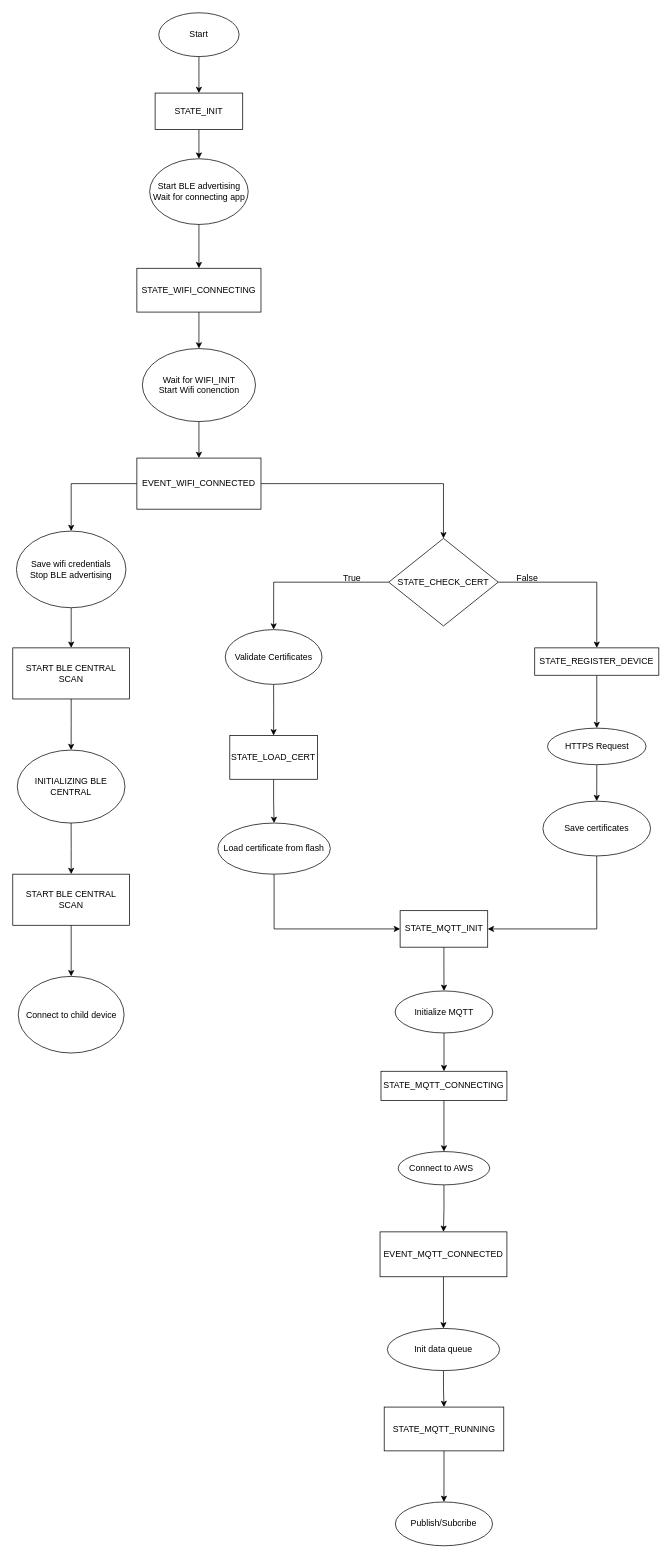
This is Gateway_flow.drawio from nhatIES/CameraGUI, a draw.io file, before an edit. Source tidied: cells renumbered, new cells numbered last; positions are measured from the earlier drawing's top-left corner, leaving out a move shared by most shapes. Both pictures are drawn from the tidied source at 73%, with x=0, y=0 at pixel (12, 12).
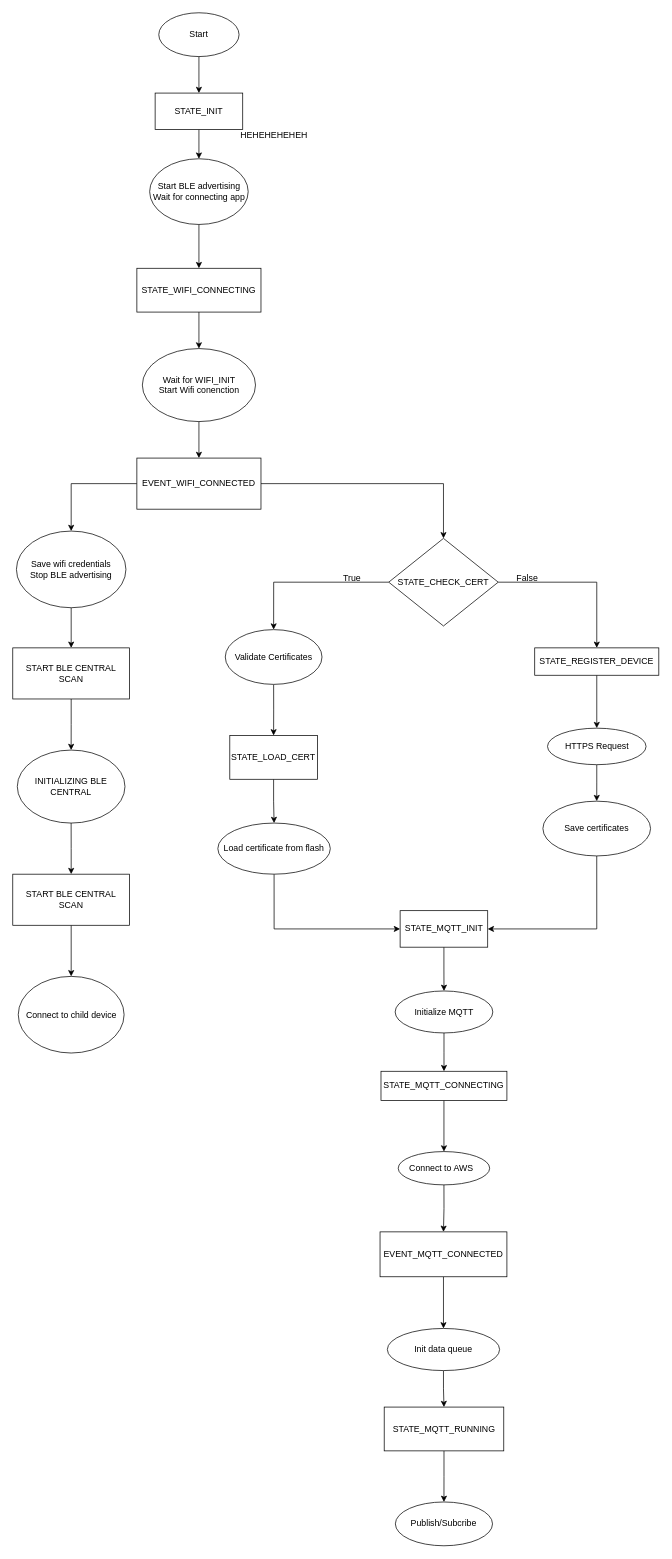
The same diagram, later.

Change to the diagram source:
```diff
@@
+    <mxCell id="56" value="HEHEHEHEHEH&lt;div&gt;&lt;br&gt;&lt;/div&gt;" style="text;html=1;whiteSpace=wrap;strokeColor=none;fillColor=none;align=center;verticalAlign=middle;rounded=0;" parent="1" vertex="1">
+      <mxGeometry x="328" y="160" width="60" height="30" as="geometry" />
+    </mxCell>
```
